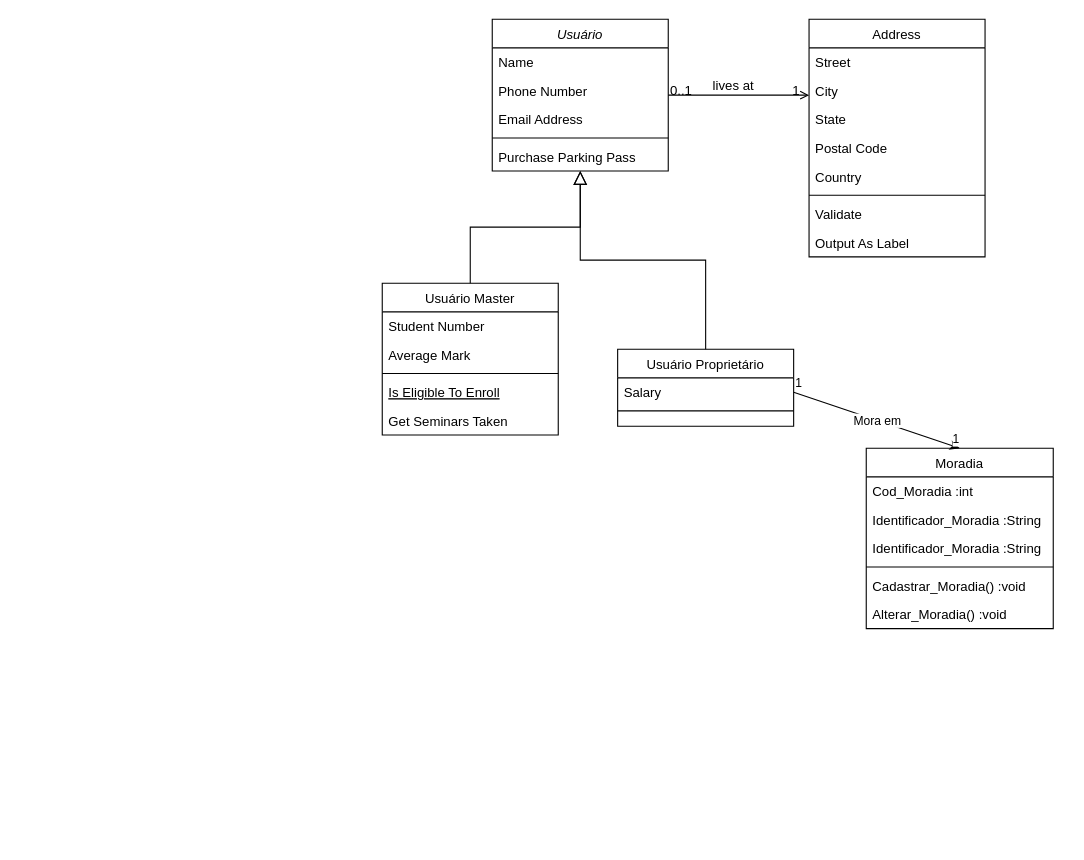
The draw.io diagram Diagrama sem nome.drawio in ICEI-PUC-Minas-PMV-ADS/pmv-ads-2023-1-e2-proj-int-t3-pmv-ads-2023-1-e3-proj-int-t3-time3-ci, before the edit. Source tidied: cells renumbered, new cells numbered last; positions are measured from the earlier drawing's top-left corner, leaving out a move shared by most shapes. Both pictures are drawn from the tidied source at 110%, with x=0, y=0 at pixel (382, 19).
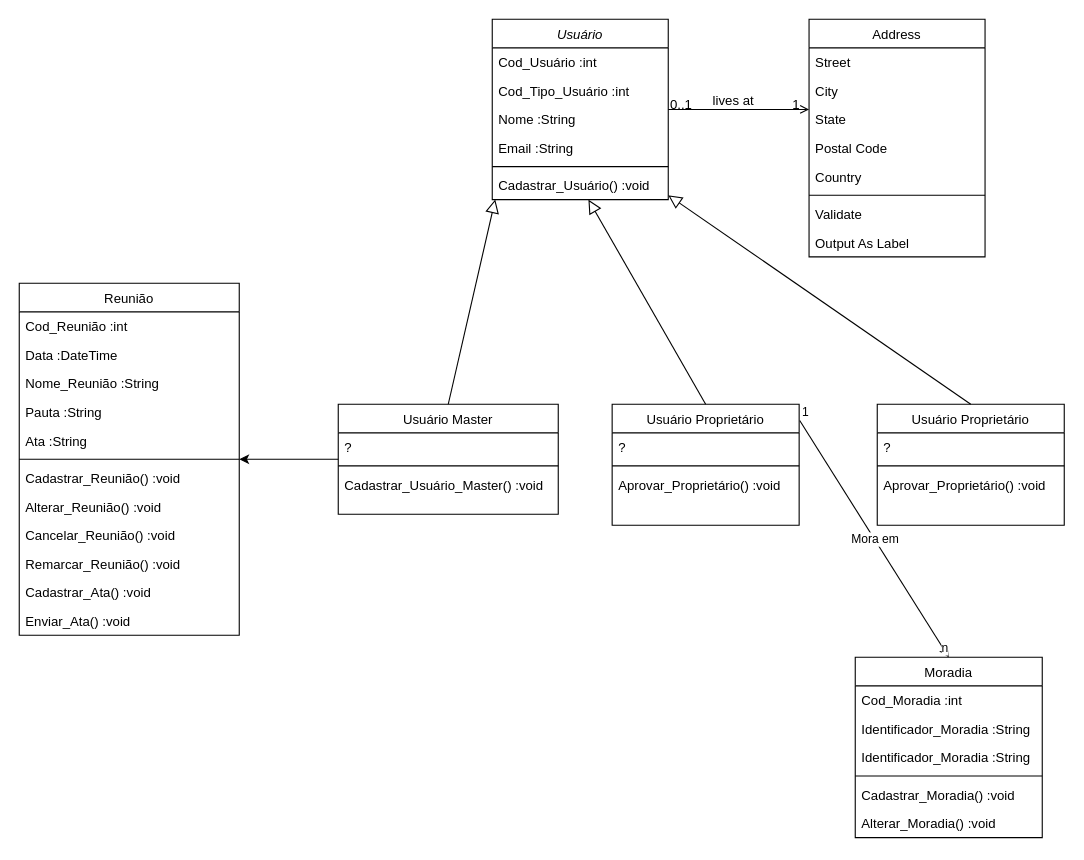
The same diagram, later.

Change to the diagram source:
```diff
@@
     <mxCell id="2" value="Usuário" style="swimlane;fontStyle=2;align=center;verticalAlign=top;horizontal=1;startSize=26;rounded=0;shadow=0;strokeWidth=1;" parent="1" vertex="1">
-      <mxGeometry x="100" width="160" height="138" as="geometry" />
+      <mxGeometry x="100" width="160" height="164" as="geometry" />
     </mxCell>
-    <mxCell id="3" value="Name" style="text;align=left;verticalAlign=top;spacingLeft=4;spacingRight=4;overflow=hidden;" parent="2" vertex="1">
+    <mxCell id="3" value="Cod_Usuário :int" style="text;align=left;verticalAlign=top;spacingLeft=4;spacingRight=4;overflow=hidden;" parent="2" vertex="1">
       <mxGeometry y="26" width="160" height="26" as="geometry" />
     </mxCell>
+    <mxCell id="43" value="Cod_Tipo_Usuário :int" style="text;align=left;verticalAlign=top;spacingLeft=4;spacingRight=4;overflow=hidden;" parent="2" vertex="1">
+      <mxGeometry y="52" width="160" height="26" as="geometry" />
+    </mxCell>
-    <mxCell id="4" value="Phone Number" style="text;align=left;verticalAlign=top;spacingLeft=4;spacingRight=4;overflow=hidden;rounded=0;shadow=0;html=0;" parent="2" vertex="1">
-      <mxGeometry y="52" width="160" height="26" as="geometry" />
+    <mxCell id="4" value="Nome :String" style="text;align=left;verticalAlign=top;spacingLeft=4;spacingRight=4;overflow=hidden;rounded=0;shadow=0;html=0;" parent="2" vertex="1">
+      <mxGeometry y="78" width="160" height="26" as="geometry" />
     </mxCell>
-    <mxCell id="5" value="Email Address" style="text;align=left;verticalAlign=top;spacingLeft=4;spacingRight=4;overflow=hidden;rounded=0;shadow=0;html=0;" parent="2" vertex="1">
-      <mxGeometry y="78" width="160" height="26" as="geometry" />
+    <mxCell id="5" value="Email :String" style="text;align=left;verticalAlign=top;spacingLeft=4;spacingRight=4;overflow=hidden;rounded=0;shadow=0;html=0;" parent="2" vertex="1">
+      <mxGeometry y="104" width="160" height="26" as="geometry" />
     </mxCell>
     <mxCell id="6" style="line;html=1;strokeWidth=1;align=left;verticalAlign=middle;spacingTop=-1;spacingLeft=3;spacingRight=3;labelPosition=right;" parent="2" vertex="1">
-      <mxGeometry y="104" width="160" height="8" as="geometry" />
+      <mxGeometry y="130" width="160" height="8" as="geometry" />
     </mxCell>
-    <mxCell id="7" value="Purchase Parking Pass" style="text;align=left;verticalAlign=top;spacingLeft=4;spacingRight=4;overflow=hidden;points=[[0,0.5],[1,0.5]];portConstraint=eastwest;" parent="2" vertex="1">
-      <mxGeometry y="112" width="160" height="26" as="geometry" />
+    <mxCell id="7" value="Cadastrar_Usuário() :void" style="text;align=left;verticalAlign=top;spacingLeft=4;spacingRight=4;overflow=hidden;points=[[0,0.5],[1,0.5]];portConstraint=eastwest;" parent="2" vertex="1">
+      <mxGeometry y="138" width="160" height="26" as="geometry" />
     </mxCell>
+    <mxCell id="44" style="edgeStyle=orthogonalEdgeStyle;rounded=0;jettySize=auto;html=1;" parent="1" edge="1" source="8" target="50">
+      <mxGeometry relative="1" as="geometry" />
+    </mxCell>
     <mxCell id="8" value="Usuário Master" style="swimlane;fontStyle=0;align=center;verticalAlign=top;horizontal=1;startSize=26;rounded=0;shadow=0;strokeWidth=1;" parent="1" vertex="1">
-      <mxGeometry y="240" width="160" height="138" as="geometry" />
+      <mxGeometry x="-40" y="350" width="200" height="100" as="geometry" />
     </mxCell>
-    <mxCell id="9" value="Student Number" style="text;align=left;verticalAlign=top;spacingLeft=4;spacingRight=4;overflow=hidden;" parent="8" vertex="1">
-      <mxGeometry y="26" width="160" height="26" as="geometry" />
+    <mxCell id="9" value="?" style="text;align=left;verticalAlign=top;spacingLeft=4;spacingRight=4;overflow=hidden;" parent="8" vertex="1">
+      <mxGeometry y="26" width="200" height="26" as="geometry" />
     </mxCell>
-    <mxCell id="10" value="Average Mark" style="text;align=left;verticalAlign=top;spacingLeft=4;spacingRight=4;overflow=hidden;rounded=0;shadow=0;html=0;" parent="8" vertex="1">
-      <mxGeometry y="52" width="160" height="26" as="geometry" />
-    </mxCell>
     <mxCell id="11" style="line;html=1;strokeWidth=1;align=left;verticalAlign=middle;spacingTop=-1;spacingLeft=3;spacingRight=3;labelPosition=right;" parent="8" vertex="1">
-      <mxGeometry y="78" width="160" height="8" as="geometry" />
+      <mxGeometry y="52" width="200" height="8" as="geometry" />
     </mxCell>
-    <mxCell id="12" value="Is Eligible To Enroll" style="text;align=left;verticalAlign=top;spacingLeft=4;spacingRight=4;overflow=hidden;fontStyle=4;" parent="8" vertex="1">
-      <mxGeometry y="86" width="160" height="26" as="geometry" />
-    </mxCell>
-    <mxCell id="13" value="Get Seminars Taken" style="text;align=left;verticalAlign=top;spacingLeft=4;spacingRight=4;overflow=hidden;" parent="8" vertex="1">
-      <mxGeometry y="112" width="160" height="26" as="geometry" />
-    </mxCell>
-    <mxCell id="14" style="endArrow=block;endSize=10;endFill=0;shadow=0;strokeWidth=1;rounded=0;edgeStyle=elbowEdgeStyle;elbow=vertical;" parent="1" edge="1" source="8" target="2">
-      <mxGeometry relative="1" as="geometry" />
-    </mxCell>
-    <mxCell id="15" value="Usuário Proprietário" style="swimlane;fontStyle=0;align=center;verticalAlign=top;horizontal=1;startSize=26;rounded=0;shadow=0;strokeWidth=1;" parent="1" vertex="1">
-      <mxGeometry x="214" y="300" width="160" height="70" as="geometry" />
-    </mxCell>
-    <mxCell id="16" value="Salary" style="text;align=left;verticalAlign=top;spacingLeft=4;spacingRight=4;overflow=hidden;points=[[0,0.5],[1,0.5]];portConstraint=eastwest;" parent="15" vertex="1">
-      <mxGeometry y="26" width="160" height="26" as="geometry" />
-    </mxCell>
-    <mxCell id="17" style="line;html=1;strokeWidth=1;align=left;verticalAlign=middle;spacingTop=-1;spacingLeft=3;spacingRight=3;labelPosition=right;" parent="15" vertex="1">
-      <mxGeometry y="52" width="160" height="8" as="geometry" />
-    </mxCell>
-    <mxCell id="18" style="endArrow=block;endSize=10;endFill=0;shadow=0;strokeWidth=1;rounded=0;edgeStyle=elbowEdgeStyle;elbow=vertical;" parent="1" edge="1" source="15" target="2">
-      <mxGeometry relative="1" as="geometry" />
-    </mxCell>
+    <mxCell id="45" value="Cadastrar_Usuário_Master() :void" style="text;align=left;verticalAlign=top;spacingLeft=4;spacingRight=4;overflow=hidden;" parent="8" vertex="1">
+      <mxGeometry y="60" width="200" height="26" as="geometry" />
+    </mxCell>
@@
     <mxCell id="32" value="Moradia&#10;" style="swimlane;fontStyle=0;align=center;verticalAlign=top;horizontal=1;startSize=26;rounded=0;shadow=0;strokeWidth=1;" parent="1" vertex="1">
-      <mxGeometry x="440" y="390" width="170" height="164" as="geometry" />
+      <mxGeometry x="430" y="580" width="170" height="164" as="geometry" />
     </mxCell>
@@
-    <mxCell id="39" style="endArrow=classic;html=1;rounded=0;exitX=1;exitY=0.5;exitDx=0;exitDy=0;entryX=0.5;entryY=0;entryDx=0;entryDy=0;" parent="1" edge="1" source="16" target="32">
+    <mxCell id="39" style="endArrow=classic;html=1;rounded=0;entryX=0.5;entryY=0;entryDx=0;entryDy=0;exitX=1.003;exitY=0.134;exitDx=0;exitDy=0;exitPerimeter=0;" parent="1" edge="1" source="46" target="32">
       <mxGeometry relative="1" as="geometry" />
     </mxCell>
@@
-    <mxCell id="42" value="1" style="edgeLabel;html=1;align=right;verticalAlign=bottom;" parent="39" vertex="1">
+    <mxCell id="42" value="n" style="edgeLabel;html=1;align=right;verticalAlign=bottom;" parent="39" vertex="1">
       <mxGeometry x="1" relative="1" as="geometry" />
     </mxCell>
+    <mxCell id="46" value="Usuário Proprietário" style="swimlane;fontStyle=0;align=center;verticalAlign=top;horizontal=1;startSize=26;rounded=0;shadow=0;strokeWidth=1;" parent="1" vertex="1">
+      <mxGeometry x="209" y="350" width="170" height="110" as="geometry" />
+    </mxCell>
+    <mxCell id="47" value="?" style="text;align=left;verticalAlign=top;spacingLeft=4;spacingRight=4;overflow=hidden;" parent="46" vertex="1">
+      <mxGeometry y="26" width="170" height="26" as="geometry" />
+    </mxCell>
+    <mxCell id="48" style="line;html=1;strokeWidth=1;align=left;verticalAlign=middle;spacingTop=-1;spacingLeft=3;spacingRight=3;labelPosition=right;" parent="46" vertex="1">
+      <mxGeometry y="52" width="170" height="8" as="geometry" />
+    </mxCell>
+    <mxCell id="49" value="Aprovar_Proprietário() :void" style="text;align=left;verticalAlign=top;spacingLeft=4;spacingRight=4;overflow=hidden;fontStyle=0;" parent="46" vertex="1">
+      <mxGeometry y="60" width="170" height="26" as="geometry" />
+    </mxCell>
+    <mxCell id="50" value="Reunião" style="swimlane;fontStyle=0;align=center;verticalAlign=top;horizontal=1;startSize=26;rounded=0;shadow=0;strokeWidth=1;" parent="1" vertex="1">
+      <mxGeometry x="-330" y="240" width="200" height="320" as="geometry" />
+    </mxCell>
+    <mxCell id="51" value="Cod_Reunião :int" style="text;align=left;verticalAlign=top;spacingLeft=4;spacingRight=4;overflow=hidden;" parent="50" vertex="1">
+      <mxGeometry y="26" width="200" height="26" as="geometry" />
+    </mxCell>
+    <mxCell id="52" value="Data :DateTime" style="text;align=left;verticalAlign=top;spacingLeft=4;spacingRight=4;overflow=hidden;" parent="50" vertex="1">
+      <mxGeometry y="52" width="200" height="26" as="geometry" />
+    </mxCell>
+    <mxCell id="53" value="Nome_Reunião :String" style="text;align=left;verticalAlign=top;spacingLeft=4;spacingRight=4;overflow=hidden;" parent="50" vertex="1">
+      <mxGeometry y="78" width="200" height="26" as="geometry" />
+    </mxCell>
+    <mxCell id="54" value="Pauta :String" style="text;align=left;verticalAlign=top;spacingLeft=4;spacingRight=4;overflow=hidden;" parent="50" vertex="1">
+      <mxGeometry y="104" width="200" height="26" as="geometry" />
+    </mxCell>
+    <mxCell id="55" value="Ata :String" style="text;align=left;verticalAlign=top;spacingLeft=4;spacingRight=4;overflow=hidden;" parent="50" vertex="1">
+      <mxGeometry y="130" width="200" height="26" as="geometry" />
+    </mxCell>
+    <mxCell id="56" style="line;html=1;strokeWidth=1;align=left;verticalAlign=middle;spacingTop=-1;spacingLeft=3;spacingRight=3;labelPosition=right;" parent="50" vertex="1">
+      <mxGeometry y="156" width="200" height="8" as="geometry" />
+    </mxCell>
+    <mxCell id="57" value="Cadastrar_Reunião() :void" style="text;align=left;verticalAlign=top;spacingLeft=4;spacingRight=4;overflow=hidden;" parent="50" vertex="1">
+      <mxGeometry y="164" width="200" height="26" as="geometry" />
+    </mxCell>
+    <mxCell id="58" value="Alterar_Reunião() :void" style="text;align=left;verticalAlign=top;spacingLeft=4;spacingRight=4;overflow=hidden;" parent="50" vertex="1">
+      <mxGeometry y="190" width="200" height="26" as="geometry" />
+    </mxCell>
+    <mxCell id="59" value="Cancelar_Reunião() :void" style="text;align=left;verticalAlign=top;spacingLeft=4;spacingRight=4;overflow=hidden;" parent="50" vertex="1">
+      <mxGeometry y="216" width="200" height="26" as="geometry" />
+    </mxCell>
+    <mxCell id="60" value="Remarcar_Reunião() :void" style="text;align=left;verticalAlign=top;spacingLeft=4;spacingRight=4;overflow=hidden;" parent="50" vertex="1">
+      <mxGeometry y="242" width="200" height="26" as="geometry" />
+    </mxCell>
+    <mxCell id="61" value="Cadastrar_Ata() :void" style="text;align=left;verticalAlign=top;spacingLeft=4;spacingRight=4;overflow=hidden;" parent="50" vertex="1">
+      <mxGeometry y="268" width="200" height="26" as="geometry" />
+    </mxCell>
+    <mxCell id="62" value="Enviar_Ata() :void" style="text;align=left;verticalAlign=top;spacingLeft=4;spacingRight=4;overflow=hidden;" parent="50" vertex="1">
+      <mxGeometry y="294" width="200" height="26" as="geometry" />
+    </mxCell>
+    <mxCell id="63" value="Usuário Proprietário" style="swimlane;fontStyle=0;align=center;verticalAlign=top;horizontal=1;startSize=26;rounded=0;shadow=0;strokeWidth=1;" parent="1" vertex="1">
+      <mxGeometry x="450" y="350" width="170" height="110" as="geometry" />
+    </mxCell>
+    <mxCell id="64" value="?" style="text;align=left;verticalAlign=top;spacingLeft=4;spacingRight=4;overflow=hidden;" parent="63" vertex="1">
+      <mxGeometry y="26" width="170" height="26" as="geometry" />
+    </mxCell>
+    <mxCell id="65" style="line;html=1;strokeWidth=1;align=left;verticalAlign=middle;spacingTop=-1;spacingLeft=3;spacingRight=3;labelPosition=right;" parent="63" vertex="1">
+      <mxGeometry y="52" width="170" height="8" as="geometry" />
+    </mxCell>
+    <mxCell id="66" value="Aprovar_Proprietário() :void" style="text;align=left;verticalAlign=top;spacingLeft=4;spacingRight=4;overflow=hidden;fontStyle=0;" parent="63" vertex="1">
+      <mxGeometry y="60" width="170" height="26" as="geometry" />
+    </mxCell>
+    <mxCell id="67" style="endArrow=block;html=1;rounded=0;exitX=0.5;exitY=0;exitDx=0;exitDy=0;endFill=0;endSize=10;entryX=0.017;entryY=0.995;entryDx=0;entryDy=0;entryPerimeter=0;" parent="1" edge="1" source="8" target="7">
+      <mxGeometry relative="1" as="geometry" />
+    </mxCell>
+    <mxCell id="68" style="endArrow=block;html=1;rounded=0;exitX=0.5;exitY=0;exitDx=0;exitDy=0;endSize=10;endFill=0;" parent="1" edge="1" source="46" target="7">
+      <mxGeometry relative="1" as="geometry" />
+    </mxCell>
+    <mxCell id="69" style="endArrow=block;html=1;rounded=0;exitX=0.5;exitY=0;exitDx=0;exitDy=0;endSize=10;endFill=0;" parent="1" edge="1" source="63">
+      <mxGeometry relative="1" as="geometry">
+        <mxPoint x="260" y="160" as="targetPoint" />
+      </mxGeometry>
+    </mxCell>
```
